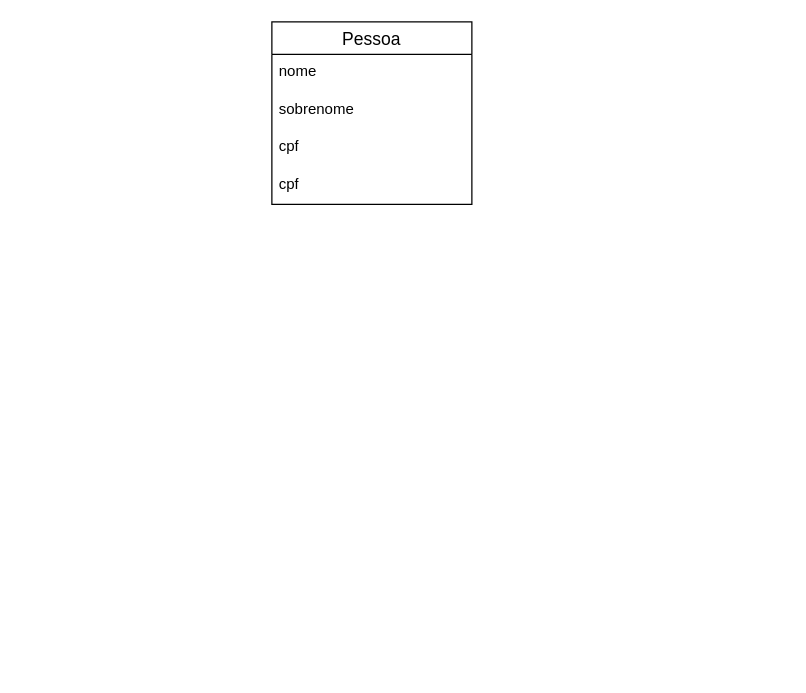
Above: ERD_HOSPITAL.drawio in Eluan-gomes/ERD_HOSPITAL (draw.io), before the change. Source tidied: cells renumbered, new cells numbered last; positions are measured from the earlier drawing's top-left corner, leaving out a move shared by most shapes. Both pictures are drawn from the tidied source at 125%, with x=0, y=0 at pixel (271, 21).
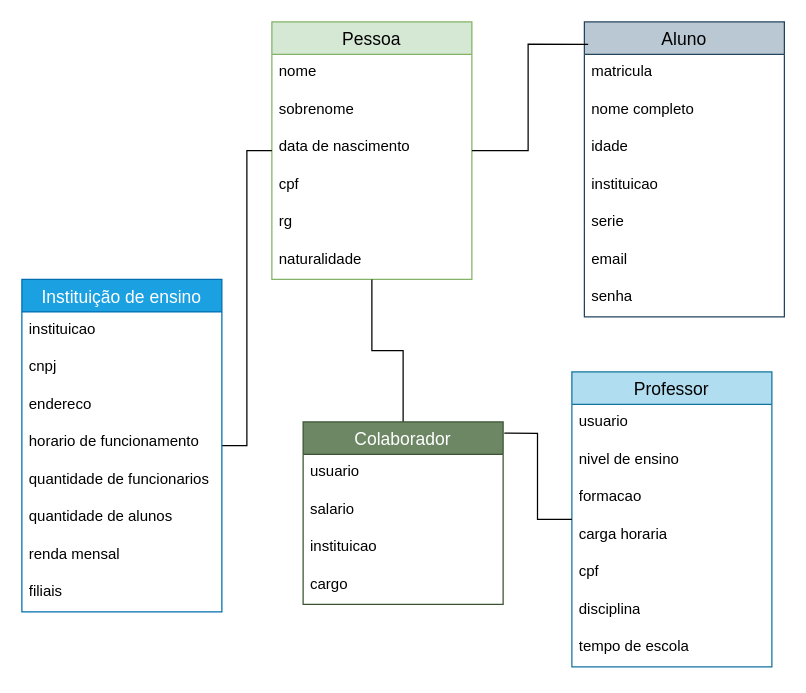
After the change.

Diff of the diagram source:
```diff
@@
-    <mxCell id="2" value="Pessoa" style="swimlane;fontStyle=0;horizontal=1;startSize=26;align=center;fontSize=14;" parent="1" vertex="1">
-      <mxGeometry width="160" height="146" as="geometry" />
+    <mxCell id="2" value="Pessoa" style="swimlane;fontStyle=0;horizontal=1;startSize=26;align=center;fontSize=14;fillColor=#d5e8d4;strokeColor=#82b366;gradientColor=none;" parent="1" vertex="1">
+      <mxGeometry width="160" height="206" as="geometry" />
     </mxCell>
@@
+    <mxCell id="7" value="data de nascimento" style="text;strokeColor=none;fillColor=none;spacingLeft=4;spacingRight=4;overflow=hidden;fontSize=12;whiteSpace=wrap;html=1;" parent="2" vertex="1">
+      <mxGeometry y="86" width="160" height="30" as="geometry" />
+    </mxCell>
     <mxCell id="5" value="cpf" style="text;strokeColor=none;fillColor=none;spacingLeft=4;spacingRight=4;overflow=hidden;fontSize=12;whiteSpace=wrap;html=1;" parent="2" vertex="1">
-      <mxGeometry y="86" width="160" height="30" as="geometry" />
+      <mxGeometry y="116" width="160" height="30" as="geometry" />
     </mxCell>
-    <mxCell id="6" value="cpf" style="text;strokeColor=none;fillColor=none;spacingLeft=4;spacingRight=4;overflow=hidden;fontSize=12;whiteSpace=wrap;html=1;" parent="2" vertex="1">
-      <mxGeometry y="116" width="160" height="30" as="geometry" />
+    <mxCell id="6" value="rg" style="text;strokeColor=none;fillColor=none;spacingLeft=4;spacingRight=4;overflow=hidden;fontSize=12;whiteSpace=wrap;html=1;" parent="2" vertex="1">
+      <mxGeometry y="146" width="160" height="30" as="geometry" />
     </mxCell>
+    <mxCell id="8" value="naturalidade" style="text;strokeColor=none;fillColor=none;spacingLeft=4;spacingRight=4;overflow=hidden;fontSize=12;whiteSpace=wrap;html=1;" parent="2" vertex="1">
+      <mxGeometry y="176" width="160" height="30" as="geometry" />
+    </mxCell>
+    <mxCell id="9" value="Aluno" style="swimlane;fontStyle=0;horizontal=1;startSize=26;align=center;fontSize=14;fillColor=#bac8d3;strokeColor=#23445d;" parent="1" vertex="1">
+      <mxGeometry x="250" width="160" height="236" as="geometry" />
+    </mxCell>
+    <mxCell id="10" value="matricula" style="text;strokeColor=none;fillColor=none;spacingLeft=4;spacingRight=4;overflow=hidden;fontSize=12;whiteSpace=wrap;html=1;" parent="9" vertex="1">
+      <mxGeometry y="26" width="160" height="30" as="geometry" />
+    </mxCell>
+    <mxCell id="11" value="nome completo" style="text;strokeColor=none;fillColor=none;spacingLeft=4;spacingRight=4;overflow=hidden;fontSize=12;whiteSpace=wrap;html=1;" parent="9" vertex="1">
+      <mxGeometry y="56" width="160" height="30" as="geometry" />
+    </mxCell>
+    <mxCell id="12" value="idade" style="text;strokeColor=none;fillColor=none;spacingLeft=4;spacingRight=4;overflow=hidden;fontSize=12;whiteSpace=wrap;html=1;" parent="9" vertex="1">
+      <mxGeometry y="86" width="160" height="30" as="geometry" />
+    </mxCell>
+    <mxCell id="13" value="instituicao" style="text;strokeColor=none;fillColor=none;spacingLeft=4;spacingRight=4;overflow=hidden;fontSize=12;whiteSpace=wrap;html=1;" parent="9" vertex="1">
+      <mxGeometry y="116" width="160" height="30" as="geometry" />
+    </mxCell>
+    <mxCell id="14" value="serie" style="text;strokeColor=none;fillColor=none;spacingLeft=4;spacingRight=4;overflow=hidden;fontSize=12;whiteSpace=wrap;html=1;" parent="9" vertex="1">
+      <mxGeometry y="146" width="160" height="30" as="geometry" />
+    </mxCell>
+    <mxCell id="15" value="email" style="text;strokeColor=none;fillColor=none;spacingLeft=4;spacingRight=4;overflow=hidden;fontSize=12;whiteSpace=wrap;html=1;" parent="9" vertex="1">
+      <mxGeometry y="176" width="160" height="30" as="geometry" />
+    </mxCell>
+    <mxCell id="16" value="senha" style="text;strokeColor=none;fillColor=none;spacingLeft=4;spacingRight=4;overflow=hidden;fontSize=12;whiteSpace=wrap;html=1;" parent="9" vertex="1">
+      <mxGeometry y="206" width="160" height="30" as="geometry" />
+    </mxCell>
+    <mxCell id="17" value="Professor" style="swimlane;fontStyle=0;horizontal=1;startSize=26;align=center;fontSize=14;fillColor=#b1ddf0;strokeColor=#10739e;" parent="1" vertex="1">
+      <mxGeometry x="240" y="280" width="160" height="236" as="geometry" />
+    </mxCell>
+    <mxCell id="18" value="usuario" style="text;strokeColor=none;fillColor=none;spacingLeft=4;spacingRight=4;overflow=hidden;fontSize=12;whiteSpace=wrap;html=1;" parent="17" vertex="1">
+      <mxGeometry y="26" width="160" height="30" as="geometry" />
+    </mxCell>
+    <mxCell id="19" value="nivel de ensino" style="text;strokeColor=none;fillColor=none;spacingLeft=4;spacingRight=4;overflow=hidden;fontSize=12;whiteSpace=wrap;html=1;" parent="17" vertex="1">
+      <mxGeometry y="56" width="160" height="30" as="geometry" />
+    </mxCell>
+    <mxCell id="20" value="formacao" style="text;strokeColor=none;fillColor=none;spacingLeft=4;spacingRight=4;overflow=hidden;fontSize=12;whiteSpace=wrap;html=1;" parent="17" vertex="1">
+      <mxGeometry y="86" width="160" height="30" as="geometry" />
+    </mxCell>
+    <mxCell id="21" value="carga horaria" style="text;strokeColor=none;fillColor=none;spacingLeft=4;spacingRight=4;overflow=hidden;fontSize=12;whiteSpace=wrap;html=1;" parent="17" vertex="1">
+      <mxGeometry y="116" width="160" height="30" as="geometry" />
+    </mxCell>
+    <mxCell id="22" value="cpf" style="text;strokeColor=none;fillColor=none;spacingLeft=4;spacingRight=4;overflow=hidden;fontSize=12;whiteSpace=wrap;html=1;" parent="17" vertex="1">
+      <mxGeometry y="146" width="160" height="30" as="geometry" />
+    </mxCell>
+    <mxCell id="23" value="disciplina" style="text;strokeColor=none;fillColor=none;spacingLeft=4;spacingRight=4;overflow=hidden;fontSize=12;whiteSpace=wrap;html=1;" parent="17" vertex="1">
+      <mxGeometry y="176" width="160" height="30" as="geometry" />
+    </mxCell>
+    <mxCell id="24" value="tempo de escola" style="text;strokeColor=none;fillColor=none;spacingLeft=4;spacingRight=4;overflow=hidden;fontSize=12;whiteSpace=wrap;html=1;" parent="17" vertex="1">
+      <mxGeometry y="206" width="160" height="30" as="geometry" />
+    </mxCell>
+    <mxCell id="25" style="edgeStyle=orthogonalEdgeStyle;rounded=0;jettySize=auto;html=1;endArrow=none;endFill=0;" parent="1" edge="1" source="26" target="2">
+      <mxGeometry relative="1" as="geometry" />
+    </mxCell>
+    <mxCell id="26" value="Colaborador" style="swimlane;fontStyle=0;horizontal=1;startSize=26;align=center;fontSize=14;fillColor=#6d8764;strokeColor=#3A5431;fontColor=#ffffff;" parent="1" vertex="1">
+      <mxGeometry x="25" y="320" width="160" height="146" as="geometry" />
+    </mxCell>
+    <mxCell id="27" value="usuario" style="text;strokeColor=none;fillColor=none;spacingLeft=4;spacingRight=4;overflow=hidden;fontSize=12;whiteSpace=wrap;html=1;" parent="26" vertex="1">
+      <mxGeometry y="26" width="160" height="30" as="geometry" />
+    </mxCell>
+    <mxCell id="28" value="salario" style="text;strokeColor=none;fillColor=none;spacingLeft=4;spacingRight=4;overflow=hidden;fontSize=12;whiteSpace=wrap;html=1;" parent="26" vertex="1">
+      <mxGeometry y="56" width="160" height="30" as="geometry" />
+    </mxCell>
+    <mxCell id="29" value="instituicao" style="text;strokeColor=none;fillColor=none;spacingLeft=4;spacingRight=4;overflow=hidden;fontSize=12;whiteSpace=wrap;html=1;" parent="26" vertex="1">
+      <mxGeometry y="86" width="160" height="30" as="geometry" />
+    </mxCell>
+    <mxCell id="30" value="cargo" style="text;strokeColor=none;fillColor=none;spacingLeft=4;spacingRight=4;overflow=hidden;fontSize=12;whiteSpace=wrap;html=1;" parent="26" vertex="1">
+      <mxGeometry y="116" width="160" height="30" as="geometry" />
+    </mxCell>
+    <mxCell id="31" style="edgeStyle=orthogonalEdgeStyle;rounded=0;jettySize=auto;html=1;endArrow=none;endFill=0;" parent="1" edge="1" source="32" target="2">
+      <mxGeometry relative="1" as="geometry" />
+    </mxCell>
+    <mxCell id="32" value="Instituição de ensino" style="swimlane;fontStyle=0;horizontal=1;startSize=26;align=center;fontSize=14;fillColor=#1ba1e2;strokeColor=#006EAF;fontColor=#ffffff;" parent="1" vertex="1">
+      <mxGeometry x="-200" y="206" width="160" height="266" as="geometry" />
+    </mxCell>
+    <mxCell id="33" value="instituicao" style="text;strokeColor=none;fillColor=none;spacingLeft=4;spacingRight=4;overflow=hidden;fontSize=12;whiteSpace=wrap;html=1;" parent="32" vertex="1">
+      <mxGeometry y="26" width="160" height="30" as="geometry" />
+    </mxCell>
+    <mxCell id="34" value="cnpj" style="text;strokeColor=none;fillColor=none;spacingLeft=4;spacingRight=4;overflow=hidden;fontSize=12;whiteSpace=wrap;html=1;" parent="32" vertex="1">
+      <mxGeometry y="56" width="160" height="30" as="geometry" />
+    </mxCell>
+    <mxCell id="35" value="&lt;div&gt;endereco&lt;/div&gt;" style="text;strokeColor=none;fillColor=none;spacingLeft=4;spacingRight=4;overflow=hidden;fontSize=12;whiteSpace=wrap;html=1;" parent="32" vertex="1">
+      <mxGeometry y="86" width="160" height="30" as="geometry" />
+    </mxCell>
+    <mxCell id="36" value="horario de funcionamento" style="text;strokeColor=none;fillColor=none;spacingLeft=4;spacingRight=4;overflow=hidden;fontSize=12;whiteSpace=wrap;html=1;" parent="32" vertex="1">
+      <mxGeometry y="116" width="160" height="30" as="geometry" />
+    </mxCell>
+    <mxCell id="37" value="quantidade de funcionarios" style="text;strokeColor=none;fillColor=none;spacingLeft=4;spacingRight=4;overflow=hidden;fontSize=12;whiteSpace=wrap;html=1;" parent="32" vertex="1">
+      <mxGeometry y="146" width="160" height="30" as="geometry" />
+    </mxCell>
+    <mxCell id="38" value="quantidade de alunos" style="text;strokeColor=none;fillColor=none;spacingLeft=4;spacingRight=4;overflow=hidden;fontSize=12;whiteSpace=wrap;html=1;" parent="32" vertex="1">
+      <mxGeometry y="176" width="160" height="30" as="geometry" />
+    </mxCell>
+    <mxCell id="39" value="renda mensal" style="text;strokeColor=none;fillColor=none;spacingLeft=4;spacingRight=4;overflow=hidden;fontSize=12;whiteSpace=wrap;html=1;" parent="32" vertex="1">
+      <mxGeometry y="206" width="160" height="30" as="geometry" />
+    </mxCell>
+    <mxCell id="40" value="filiais" style="text;strokeColor=none;fillColor=none;spacingLeft=4;spacingRight=4;overflow=hidden;fontSize=12;whiteSpace=wrap;html=1;" parent="32" vertex="1">
+      <mxGeometry y="236" width="160" height="30" as="geometry" />
+    </mxCell>
+    <mxCell id="41" style="edgeStyle=orthogonalEdgeStyle;rounded=0;jettySize=auto;html=1;entryX=0.019;entryY=0.076;entryDx=0;entryDy=0;entryPerimeter=0;endArrow=none;endFill=0;" parent="1" edge="1" source="2" target="9">
+      <mxGeometry relative="1" as="geometry" />
+    </mxCell>
+    <mxCell id="42" style="edgeStyle=orthogonalEdgeStyle;rounded=0;jettySize=auto;html=1;entryX=1.006;entryY=0.062;entryDx=0;entryDy=0;entryPerimeter=0;endArrow=none;endFill=0;" parent="1" edge="1" source="17" target="26">
+      <mxGeometry relative="1" as="geometry" />
+    </mxCell>
```
